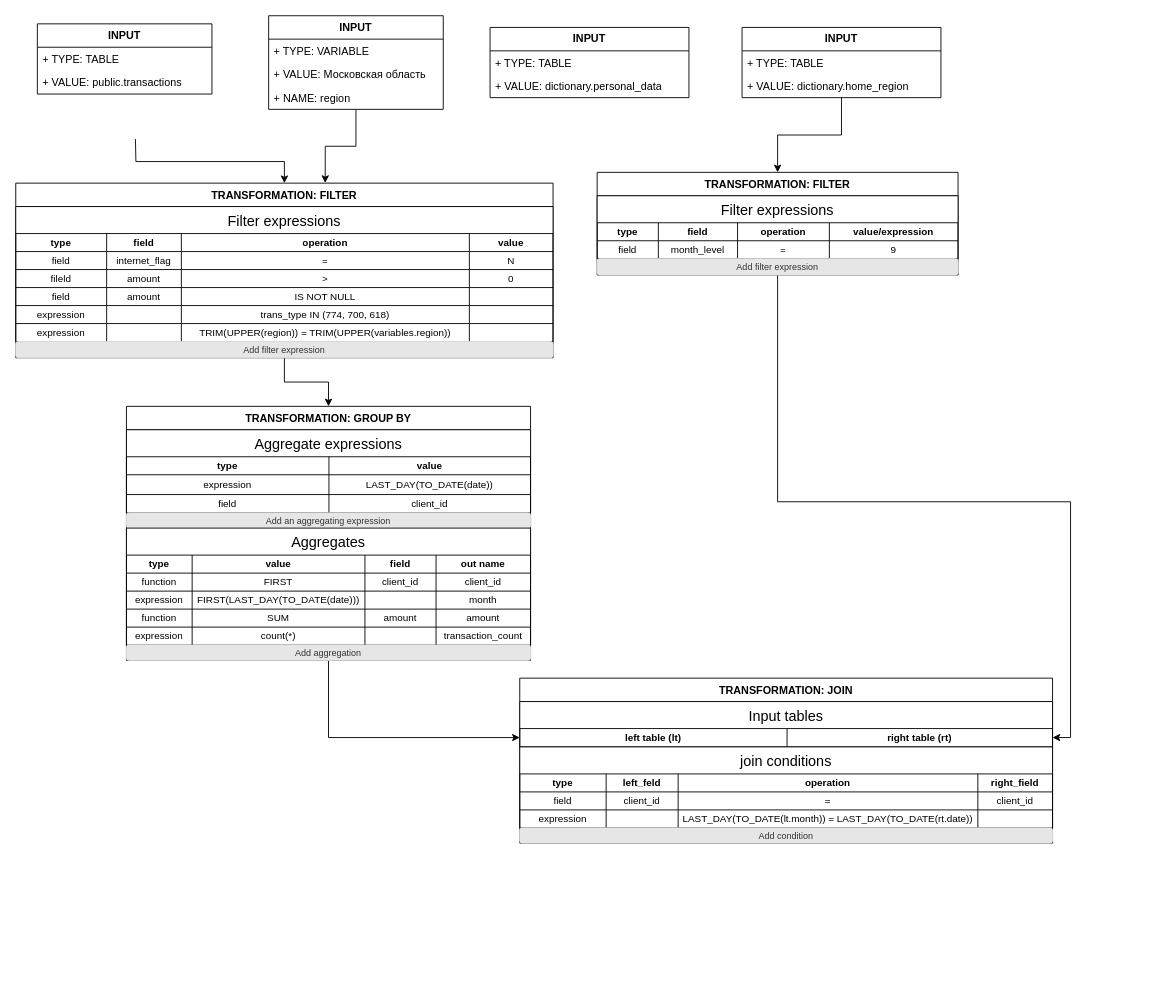
Above: Диаграмма без названия.drawio in GreWolf/drawio (draw.io), before the change. Source tidied: cells renumbered, new cells numbered last; positions are measured from the earlier drawing's top-left corner, leaving out a move shared by most shapes. Both pictures are drawn from the tidied source at 90%, with x=0, y=0 at pixel (15, 15).
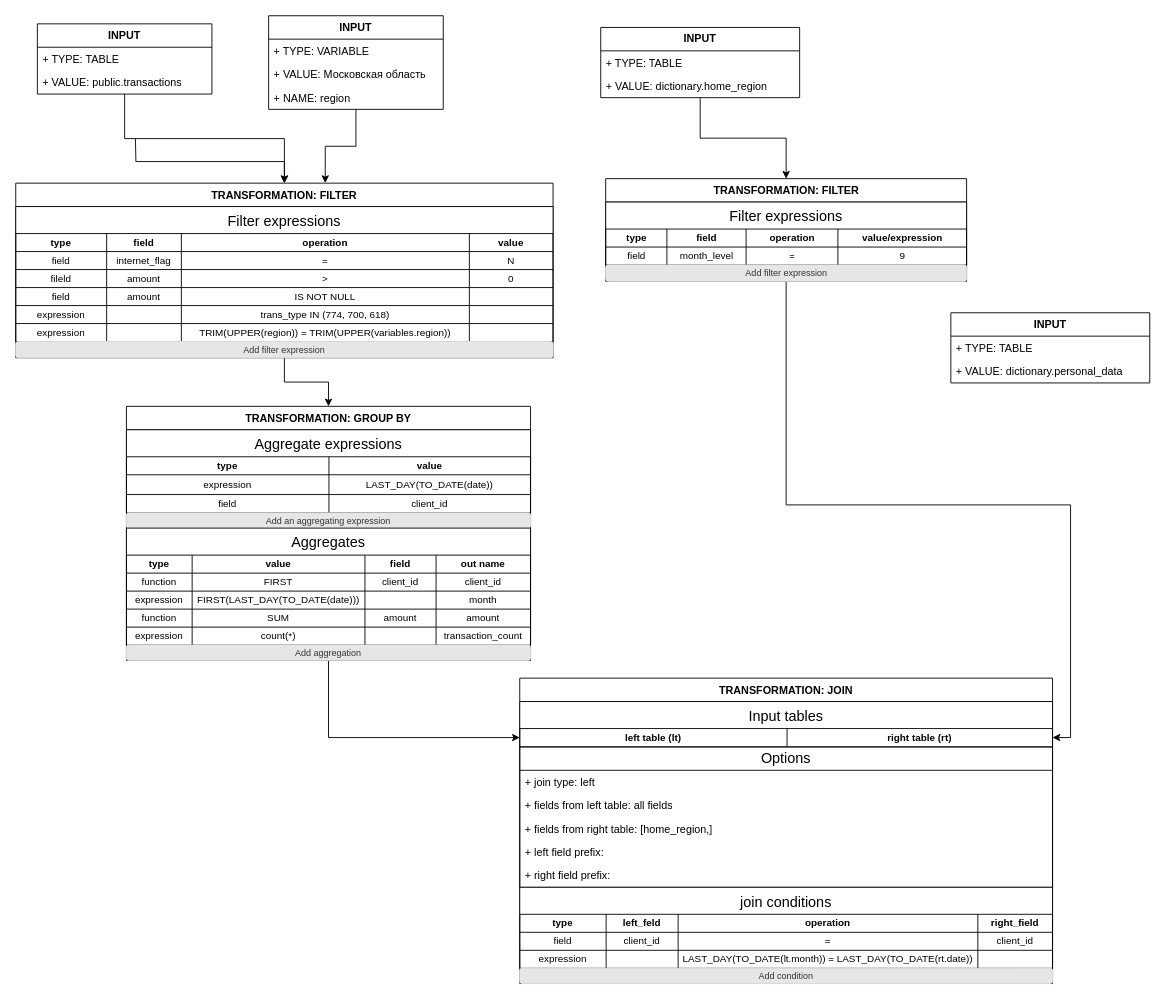
The same diagram, later.

The change refers to these unchanged cells:
```xml
<mxCell id="43" value="&lt;span style=&quot;font-weight: 700;&quot;&gt;INPUT&lt;/span&gt;" style="swimlane;fontStyle=0;horizontal=1;startSize=26;fillColor=none;whiteSpace=wrap;html=1;" parent="1" vertex="1">
  <mxGeometry x="24" y="9" width="194" height="78" as="geometry" />
</mxCell>
<mxCell id="47" value="&lt;div style=&quot;text-align: left;&quot;&gt;&lt;span style=&quot;background-color: initial;&quot;&gt;TRANSFORMATION: FILTER&lt;/span&gt;&lt;/div&gt;" style="swimlane;fontStyle=1;align=center;verticalAlign=top;horizontal=1;startSize=26;whiteSpace=wrap;html=1;flipV=0;flipH=1;" parent="1" vertex="1">
  <mxGeometry y="186" width="597" height="194" as="geometry" />
</mxCell>
```

What changed in the source:
```diff
@@
+    <mxCell id="128" style="edgeStyle=orthogonalEdgeStyle;rounded=0;jettySize=auto;html=1;entryX=0.5;entryY=0;entryDx=0;entryDy=0;" parent="1" edge="1" source="43" target="47">
+      <mxGeometry relative="1" as="geometry" />
+    </mxCell>
@@
     <mxCell id="85" value="&lt;span style=&quot;font-weight: 700;&quot;&gt;INPUT&lt;/span&gt;" style="swimlane;fontStyle=0;horizontal=1;startSize=26;fillColor=none;whiteSpace=wrap;html=1;" parent="1" vertex="1">
-      <mxGeometry x="527" y="13" width="221" height="78" as="geometry" />
+      <mxGeometry x="1039" y="330" width="221" height="78" as="geometry" />
     </mxCell>
@@
     <mxCell id="89" value="&lt;span style=&quot;font-weight: 700;&quot;&gt;INPUT&lt;/span&gt;" style="swimlane;fontStyle=0;horizontal=1;startSize=26;fillColor=none;whiteSpace=wrap;html=1;" parent="1" vertex="1">
-      <mxGeometry x="807" y="13" width="221" height="78" as="geometry" />
+      <mxGeometry x="650" y="13" width="221" height="78" as="geometry" />
     </mxCell>
@@
     <mxCell id="93" value="&lt;div style=&quot;text-align: left;&quot;&gt;&lt;span style=&quot;background-color: initial;&quot;&gt;TRANSFORMATION: FILTER&lt;/span&gt;&lt;/div&gt;" style="swimlane;fontStyle=1;align=center;verticalAlign=top;horizontal=1;startSize=26;whiteSpace=wrap;html=1;flipV=0;flipH=1;" parent="1" vertex="1">
-      <mxGeometry x="646" y="174" width="401" height="114" as="geometry" />
+      <mxGeometry x="655.5" y="181" width="401" height="114" as="geometry" />
     </mxCell>
@@
     <mxCell id="106" value="&lt;div style=&quot;text-align: left;&quot;&gt;&lt;span style=&quot;background-color: initial;&quot;&gt;TRANSFORMATION: JOIN&lt;/span&gt;&lt;/div&gt;" style="swimlane;fontStyle=1;align=center;verticalAlign=top;horizontal=1;startSize=26;whiteSpace=wrap;html=1;flipV=0;flipH=1;" parent="1" vertex="1">
-      <mxGeometry x="560" y="736" width="592" height="183.3" as="geometry" />
+      <mxGeometry x="560" y="736" width="592" height="339.3" as="geometry" />
     </mxCell>
@@
+    <mxCell id="129" value="Options" style="swimlane;fontStyle=0;horizontal=1;startSize=26;fillColor=none;whiteSpace=wrap;html=1;fontSize=16;" parent="106" vertex="1">
+      <mxGeometry y="76.4" width="592" height="156" as="geometry" />
+    </mxCell>
+    <mxCell id="130" value="+ join type: left" style="text;strokeColor=none;fillColor=none;align=left;verticalAlign=top;spacingLeft=4;spacingRight=4;overflow=hidden;whiteSpace=wrap;html=1;" parent="129" vertex="1">
+      <mxGeometry y="26" width="592" height="26" as="geometry" />
+    </mxCell>
+    <mxCell id="131" value="+ fields from left table: all fields" style="text;strokeColor=none;fillColor=none;align=left;verticalAlign=top;spacingLeft=4;spacingRight=4;overflow=hidden;whiteSpace=wrap;html=1;" parent="129" vertex="1">
+      <mxGeometry y="52" width="592" height="26" as="geometry" />
+    </mxCell>
+    <mxCell id="132" value="+ fields from right table: [home_region,]" style="text;strokeColor=none;fillColor=none;align=left;verticalAlign=top;spacingLeft=4;spacingRight=4;overflow=hidden;whiteSpace=wrap;html=1;" parent="129" vertex="1">
+      <mxGeometry y="78" width="592" height="26" as="geometry" />
+    </mxCell>
+    <mxCell id="133" value="+ left field prefix:" style="text;strokeColor=none;fillColor=none;align=left;verticalAlign=top;spacingLeft=4;spacingRight=4;overflow=hidden;whiteSpace=wrap;html=1;" parent="129" vertex="1">
+      <mxGeometry y="104" width="592" height="26" as="geometry" />
+    </mxCell>
+    <mxCell id="134" value="+ right field prefix:&amp;nbsp;" style="text;strokeColor=none;fillColor=none;align=left;verticalAlign=top;spacingLeft=4;spacingRight=4;overflow=hidden;whiteSpace=wrap;html=1;" parent="129" vertex="1">
+      <mxGeometry y="130" width="592" height="26" as="geometry" />
+    </mxCell>
     <mxCell id="111" value="join conditions" style="shape=table;startSize=30;childLayout=tableLayout;strokeColor=default;fontSize=16;" parent="106" vertex="1">
-      <mxGeometry y="76.4" width="592" height="90" as="geometry" />
+      <mxGeometry y="232.4" width="592" height="90" as="geometry" />
     </mxCell>
@@
     <mxCell id="127" value="&lt;span style=&quot;white-space-collapse: preserve;&quot; class=&quot;EzKURWReUAB5oZgtQNkl&quot;&gt;Add&lt;/span&gt;&lt;span style=&quot;white-space-collapse: preserve;&quot;&gt; condition&lt;/span&gt;" style="rounded=1;html=1;shadow=0;dashed=0;whiteSpace=wrap;fontSize=10;fillColor=#E6E6E6;align=center;strokeColor=#E6E6E6;fontColor=#333333;" parent="106" vertex="1">
-      <mxGeometry y="166.4" width="592" height="16.9" as="geometry" />
+      <mxGeometry y="322.4" width="592" height="16.9" as="geometry" />
     </mxCell>
```
